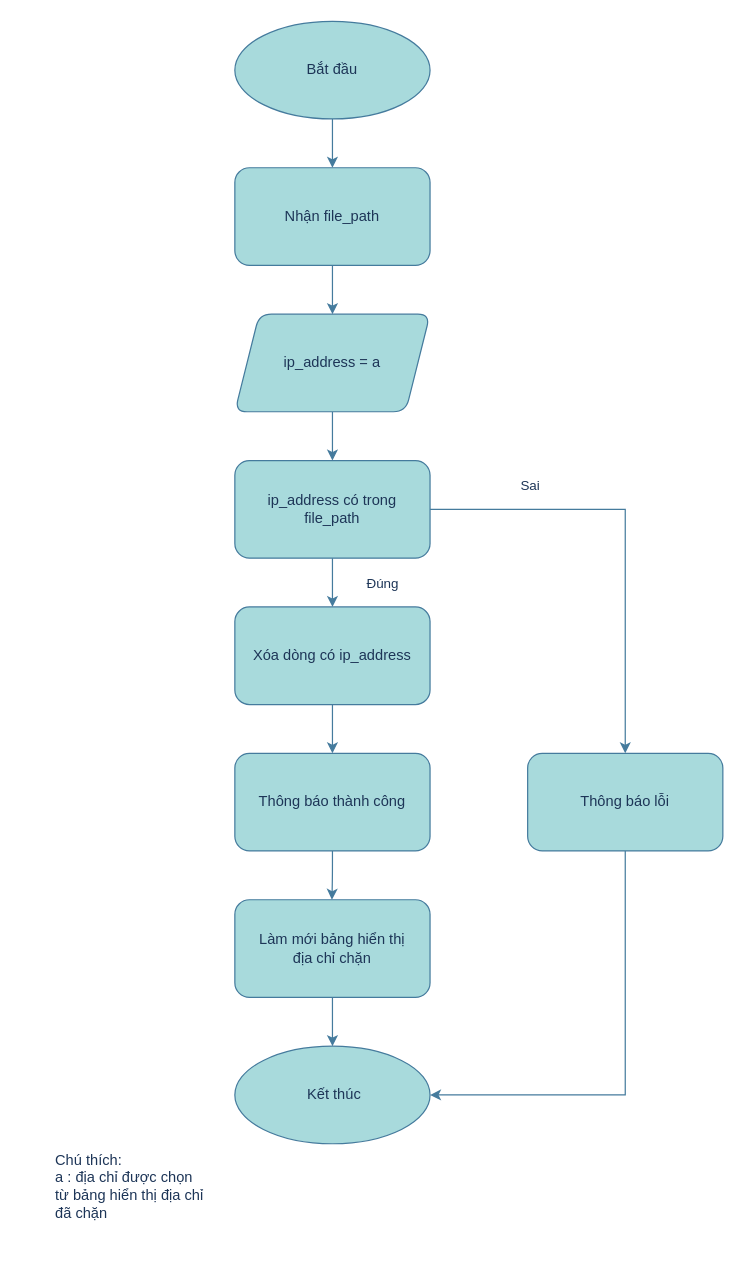
Earlier version of the draw.io diagram Mind Map/Unblock.drawio (PlaymakerVN/KHKT-2023-1). Source tidied: cells renumbered, new cells numbered last; positions are measured from the earlier drawing's top-left corner, leaving out a move shared by most shapes. Both pictures are drawn from the tidied source at 122%, with x=0, y=0 at pixel (39, 21).
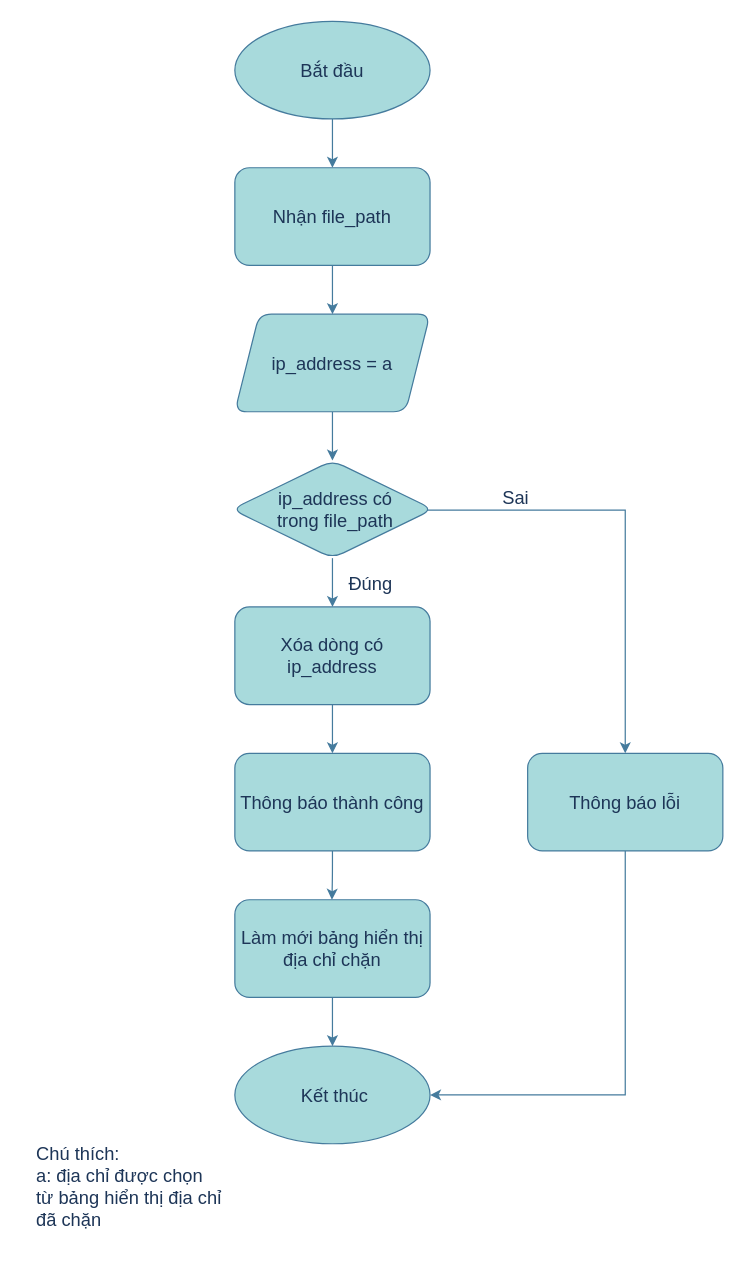
The same diagram, later.

Commit message:
Cập nhật Unblock.drawio

Change to the diagram source:
```diff
@@
-    <mxCell id="2" style="edgeStyle=orthogonalEdgeStyle;rounded=1;jettySize=auto;html=1;exitX=0.5;exitY=1;exitDx=0;exitDy=0;entryX=0.5;entryY=0;entryDx=0;entryDy=0;labelBackgroundColor=none;strokeColor=#457B9D;fontColor=default;" parent="1" edge="1" source="3" target="21">
+    <mxCell id="2" style="edgeStyle=orthogonalEdgeStyle;rounded=1;jettySize=auto;html=1;exitX=0.5;exitY=1;exitDx=0;exitDy=0;entryX=0.5;entryY=0;entryDx=0;entryDy=0;labelBackgroundColor=none;strokeColor=#457B9D;fontColor=default;fontSize=15;" parent="1" edge="1" source="3" target="21">
       <mxGeometry relative="1" as="geometry" />
     </mxCell>
-    <mxCell id="3" value="Bắt đầu" style="ellipse;whiteSpace=wrap;html=1;labelBackgroundColor=none;fillColor=#A8DADC;strokeColor=#457B9D;fontColor=#1D3557;rounded=1;" parent="1" vertex="1">
+    <mxCell id="3" value="Bắt đầu" style="ellipse;whiteSpace=wrap;html=1;labelBackgroundColor=none;fillColor=#A8DADC;strokeColor=#457B9D;fontColor=#1D3557;rounded=1;fontSize=15;" parent="1" vertex="1">
       <mxGeometry x="160" width="160" height="80" as="geometry" />
     </mxCell>
-    <mxCell id="4" style="edgeStyle=orthogonalEdgeStyle;rounded=1;jettySize=auto;html=1;exitX=0.5;exitY=1;exitDx=0;exitDy=0;entryX=0.5;entryY=0;entryDx=0;entryDy=0;labelBackgroundColor=none;strokeColor=#457B9D;fontColor=default;" parent="1" edge="1" source="5" target="12">
-      <mxGeometry relative="1" as="geometry" />
+    <mxCell id="4" style="edgeStyle=orthogonalEdgeStyle;rounded=1;jettySize=auto;html=1;exitX=0.5;exitY=1;exitDx=0;exitDy=0;entryX=0.5;entryY=0;entryDx=0;entryDy=0;labelBackgroundColor=none;strokeColor=#457B9D;fontColor=default;fontSize=15;" parent="1" edge="1" source="5">
+      <mxGeometry relative="1" as="geometry">
+        <mxPoint x="240" y="360" as="targetPoint" />
+      </mxGeometry>
     </mxCell>
-    <mxCell id="5" value="&lt;font style=&quot;font-size: 12px;&quot;&gt;ip_address = a&lt;br&gt;&lt;/font&gt;" style="shape=parallelogram;perimeter=parallelogramPerimeter;whiteSpace=wrap;html=1;fixedSize=1;labelBackgroundColor=none;fillColor=#A8DADC;strokeColor=#457B9D;fontColor=#1D3557;rounded=1;" parent="1" vertex="1">
+    <mxCell id="5" value="&lt;font style=&quot;font-size: 15px;&quot;&gt;ip_address = a&lt;br style=&quot;font-size: 15px;&quot;&gt;&lt;/font&gt;" style="shape=parallelogram;perimeter=parallelogramPerimeter;whiteSpace=wrap;html=1;fixedSize=1;labelBackgroundColor=none;fillColor=#A8DADC;strokeColor=#457B9D;fontColor=#1D3557;rounded=1;fontSize=15;" parent="1" vertex="1">
       <mxGeometry x="160" y="240" width="160" height="80" as="geometry" />
     </mxCell>
-    <mxCell id="6" style="edgeStyle=orthogonalEdgeStyle;rounded=0;jettySize=auto;html=1;exitX=0.5;exitY=1;exitDx=0;exitDy=0;entryX=0.5;entryY=0;entryDx=0;entryDy=0;labelBackgroundColor=none;strokeColor=#457B9D;fontColor=default;" parent="1" edge="1" source="7" target="14">
+    <mxCell id="6" style="edgeStyle=orthogonalEdgeStyle;rounded=0;jettySize=auto;html=1;exitX=0.5;exitY=1;exitDx=0;exitDy=0;entryX=0.5;entryY=0;entryDx=0;entryDy=0;labelBackgroundColor=none;strokeColor=#457B9D;fontColor=default;fontSize=15;" parent="1" edge="1" source="7" target="14">
       <mxGeometry relative="1" as="geometry" />
     </mxCell>
-    <mxCell id="7" value="Xóa dòng có ip_address" style="rounded=1;whiteSpace=wrap;html=1;labelBackgroundColor=none;fillColor=#A8DADC;strokeColor=#457B9D;fontColor=#1D3557;" parent="1" vertex="1">
+    <mxCell id="7" value="Xóa dòng có ip_address" style="rounded=1;whiteSpace=wrap;html=1;labelBackgroundColor=none;fillColor=#A8DADC;strokeColor=#457B9D;fontColor=#1D3557;fontSize=15;" parent="1" vertex="1">
       <mxGeometry x="160" y="480" width="160" height="80" as="geometry" />
     </mxCell>
-    <mxCell id="8" style="edgeStyle=orthogonalEdgeStyle;rounded=1;jettySize=auto;html=1;exitX=0.5;exitY=1;exitDx=0;exitDy=0;entryX=0.5;entryY=0;entryDx=0;entryDy=0;labelBackgroundColor=none;strokeColor=#457B9D;fontColor=default;" parent="1" edge="1" source="12">
+    <mxCell id="8" style="edgeStyle=orthogonalEdgeStyle;rounded=1;jettySize=auto;html=1;entryX=0.5;entryY=0;entryDx=0;entryDy=0;labelBackgroundColor=none;strokeColor=#457B9D;fontColor=default;fontSize=15;" parent="1" edge="1" source="12">
       <mxGeometry relative="1" as="geometry">
         <mxPoint x="240" y="480" as="targetPoint" />
       </mxGeometry>
     </mxCell>
-    <mxCell id="9" value="Đúng" style="edgeLabel;html=1;align=center;verticalAlign=middle;labelBackgroundColor=none;fontColor=#1D3557;rounded=1;" parent="8" vertex="1">
+    <mxCell id="9" value="Đúng" style="edgeLabel;html=1;align=center;verticalAlign=middle;labelBackgroundColor=none;fontColor=#1D3557;rounded=1;fontSize=15;" parent="8" vertex="1">
       <mxGeometry x="-0.2" y="1" relative="1" as="geometry">
-        <mxPoint x="39" y="4" as="offset" />
+        <mxPoint x="29" y="4" as="offset" />
       </mxGeometry>
     </mxCell>
-    <mxCell id="10" style="edgeStyle=orthogonalEdgeStyle;rounded=0;jettySize=auto;html=1;exitX=1;exitY=0.5;exitDx=0;exitDy=0;entryX=0.5;entryY=0;entryDx=0;entryDy=0;labelBackgroundColor=none;strokeColor=#457B9D;fontColor=default;" parent="1" edge="1" source="12" target="19">
+    <mxCell id="10" style="edgeStyle=orthogonalEdgeStyle;rounded=0;jettySize=auto;html=1;exitX=0.076;exitY=0.507;exitDx=0;exitDy=0;entryX=0.5;entryY=0;entryDx=0;entryDy=0;labelBackgroundColor=none;strokeColor=#457B9D;fontColor=default;exitPerimeter=0;fontSize=15;" parent="1" edge="1" source="12" target="19">
       <mxGeometry relative="1" as="geometry" />
     </mxCell>
-    <mxCell id="11" value="Sai" style="edgeLabel;html=1;align=center;verticalAlign=middle;fontColor=#1D3557;" parent="10" vertex="1">
-      <mxGeometry x="-0.56" y="1" relative="1" as="geometry">
-        <mxPoint x="2" y="-19" as="offset" />
+    <mxCell id="11" value="Sai" style="edgeLabel;html=1;align=center;verticalAlign=middle;fontColor=#1D3557;fontSize=15;labelBackgroundColor=none;" parent="10" vertex="1">
+      <mxGeometry x="-0.14" y="1" relative="1" as="geometry">
+        <mxPoint y="-10" as="offset" />
       </mxGeometry>
     </mxCell>
-    <mxCell id="12" value="&amp;nbsp;ip_address có trong&amp;nbsp;&lt;br&gt;file_path" style="rounded=1;whiteSpace=wrap;html=1;labelBackgroundColor=none;fillColor=#A8DADC;strokeColor=#457B9D;fontColor=#1D3557;" parent="1" vertex="1">
-      <mxGeometry x="160" y="360" width="160" height="80" as="geometry" />
-    </mxCell>
-    <mxCell id="13" style="edgeStyle=orthogonalEdgeStyle;rounded=1;jettySize=auto;html=1;exitX=0.5;exitY=1;exitDx=0;exitDy=0;labelBackgroundColor=none;strokeColor=#457B9D;fontColor=default;" parent="1" edge="1" source="14">
+    <mxCell id="13" style="edgeStyle=orthogonalEdgeStyle;rounded=1;jettySize=auto;html=1;exitX=0.5;exitY=1;exitDx=0;exitDy=0;labelBackgroundColor=none;strokeColor=#457B9D;fontColor=default;fontSize=15;" parent="1" edge="1" source="14">
       <mxGeometry relative="1" as="geometry">
         <mxPoint x="239.6" y="720" as="targetPoint" />
       </mxGeometry>
     </mxCell>
-    <mxCell id="14" value="Thông báo thành công" style="rounded=1;whiteSpace=wrap;html=1;labelBackgroundColor=none;fillColor=#A8DADC;strokeColor=#457B9D;fontColor=#1D3557;" parent="1" vertex="1">
+    <mxCell id="14" value="Thông báo thành công" style="rounded=1;whiteSpace=wrap;html=1;labelBackgroundColor=none;fillColor=#A8DADC;strokeColor=#457B9D;fontColor=#1D3557;fontSize=15;" parent="1" vertex="1">
       <mxGeometry x="160" y="600" width="160" height="80" as="geometry" />
     </mxCell>
-    <mxCell id="15" style="edgeStyle=orthogonalEdgeStyle;rounded=1;jettySize=auto;html=1;exitX=0.5;exitY=1;exitDx=0;exitDy=0;entryX=0.5;entryY=0;entryDx=0;entryDy=0;labelBackgroundColor=none;strokeColor=#457B9D;fontColor=default;" parent="1" edge="1" source="16" target="17">
+    <mxCell id="15" style="edgeStyle=orthogonalEdgeStyle;rounded=1;jettySize=auto;html=1;exitX=0.5;exitY=1;exitDx=0;exitDy=0;entryX=0.5;entryY=0;entryDx=0;entryDy=0;labelBackgroundColor=none;strokeColor=#457B9D;fontColor=default;fontSize=15;" parent="1" edge="1" source="16" target="17">
       <mxGeometry relative="1" as="geometry" />
     </mxCell>
-    <mxCell id="16" value="Làm mới bảng hiển thị &lt;br&gt;địa chỉ chặn" style="rounded=1;whiteSpace=wrap;html=1;labelBackgroundColor=none;fillColor=#A8DADC;strokeColor=#457B9D;fontColor=#1D3557;" parent="1" vertex="1">
+    <mxCell id="16" value="Làm mới bảng hiển thị &lt;br style=&quot;font-size: 15px;&quot;&gt;địa chỉ chặn" style="rounded=1;whiteSpace=wrap;html=1;labelBackgroundColor=none;fillColor=#A8DADC;strokeColor=#457B9D;fontColor=#1D3557;fontSize=15;" parent="1" vertex="1">
       <mxGeometry x="160" y="720" width="160" height="80" as="geometry" />
     </mxCell>
-    <mxCell id="17" value="&amp;nbsp;Kết thúc" style="ellipse;whiteSpace=wrap;html=1;labelBackgroundColor=none;fillColor=#A8DADC;strokeColor=#457B9D;fontColor=#1D3557;rounded=1;" parent="1" vertex="1">
+    <mxCell id="17" value="&amp;nbsp;Kết thúc" style="ellipse;whiteSpace=wrap;html=1;labelBackgroundColor=none;fillColor=#A8DADC;strokeColor=#457B9D;fontColor=#1D3557;rounded=1;fontSize=15;" parent="1" vertex="1">
       <mxGeometry x="160" y="840" width="160" height="80" as="geometry" />
     </mxCell>
-    <mxCell id="18" style="edgeStyle=orthogonalEdgeStyle;rounded=0;jettySize=auto;html=1;exitX=0.5;exitY=1;exitDx=0;exitDy=0;entryX=1;entryY=0.5;entryDx=0;entryDy=0;labelBackgroundColor=none;strokeColor=#457B9D;fontColor=default;" parent="1" edge="1" source="19" target="17">
+    <mxCell id="18" style="edgeStyle=orthogonalEdgeStyle;rounded=0;jettySize=auto;html=1;exitX=0.5;exitY=1;exitDx=0;exitDy=0;entryX=1;entryY=0.5;entryDx=0;entryDy=0;labelBackgroundColor=none;strokeColor=#457B9D;fontColor=default;fontSize=15;" parent="1" edge="1" source="19" target="17">
       <mxGeometry relative="1" as="geometry" />
     </mxCell>
-    <mxCell id="19" value="Thông báo lỗi" style="rounded=1;whiteSpace=wrap;html=1;labelBackgroundColor=none;fillColor=#A8DADC;strokeColor=#457B9D;fontColor=#1D3557;" parent="1" vertex="1">
+    <mxCell id="19" value="Thông báo lỗi" style="rounded=1;whiteSpace=wrap;html=1;labelBackgroundColor=none;fillColor=#A8DADC;strokeColor=#457B9D;fontColor=#1D3557;fontSize=15;" parent="1" vertex="1">
       <mxGeometry x="400" y="600" width="160" height="80" as="geometry" />
     </mxCell>
-    <mxCell id="20" style="edgeStyle=orthogonalEdgeStyle;rounded=1;jettySize=auto;html=1;exitX=0.5;exitY=1;exitDx=0;exitDy=0;strokeColor=#457B9D;fontColor=default;fillColor=#A8DADC;labelBackgroundColor=none;" parent="1" edge="1" source="21" target="5">
+    <mxCell id="20" style="edgeStyle=orthogonalEdgeStyle;rounded=1;jettySize=auto;html=1;exitX=0.5;exitY=1;exitDx=0;exitDy=0;strokeColor=#457B9D;fontColor=default;fillColor=#A8DADC;labelBackgroundColor=none;fontSize=15;" parent="1" edge="1" source="21" target="5">
       <mxGeometry relative="1" as="geometry" />
     </mxCell>
-    <mxCell id="21" value="Nhận file_path" style="rounded=1;whiteSpace=wrap;html=1;labelBackgroundColor=none;fillColor=#A8DADC;strokeColor=#457B9D;fontColor=#1D3557;" parent="1" vertex="1">
+    <mxCell id="21" value="Nhận file_path" style="rounded=1;whiteSpace=wrap;html=1;labelBackgroundColor=none;fillColor=#A8DADC;strokeColor=#457B9D;fontColor=#1D3557;fontSize=15;" parent="1" vertex="1">
       <mxGeometry x="160" y="120" width="160" height="80" as="geometry" />
     </mxCell>
-    <mxCell id="22" value="&lt;div style=&quot;text-align: left;&quot;&gt;&lt;span style=&quot;background-color: initial; color: rgb(29, 53, 87); --darkreader-inline-bgcolor: initial; --darkreader-inline-color: #a5c4e1;&quot;&gt;Chú thích:&lt;/span&gt;&lt;/div&gt;&lt;div style=&quot;text-align: left;&quot;&gt;&lt;span style=&quot;background-color: initial; color: rgb(29, 53, 87); --darkreader-inline-bgcolor: initial; --darkreader-inline-color: #a5c4e1;&quot;&gt;a : địa chỉ được chọn&lt;/span&gt;&lt;/div&gt;&lt;span style=&quot;&quot;&gt;&lt;div style=&quot;text-align: left;&quot;&gt;&lt;span style=&quot;background-color: initial; color: rgb(29, 53, 87); --darkreader-inline-bgcolor: initial; --darkreader-inline-color: #a5c4e1;&quot;&gt;từ bảng hiển thị địa chỉ&amp;nbsp;&lt;/span&gt;&lt;/div&gt;&lt;/span&gt;&lt;span style=&quot;&quot;&gt;&lt;div style=&quot;text-align: left;&quot;&gt;&lt;span style=&quot;background-color: initial; color: rgb(29, 53, 87); --darkreader-inline-bgcolor: initial; --darkreader-inline-color: #a5c4e1;&quot;&gt;đã chặn&lt;/span&gt;&lt;/div&gt;&lt;/span&gt;" style="text;html=1;align=center;verticalAlign=middle;strokeColor=none;fillColor=none;fontColor=#1D3557;" parent="1" vertex="1">
-      <mxGeometry y="920" width="150" height="70" as="geometry" />
+    <mxCell id="22" value="&lt;div style=&quot;text-align: left; font-size: 15px;&quot;&gt;&lt;span style=&quot;background-color: initial; color: rgb(29, 53, 87); --darkreader-inline-bgcolor: initial; --darkreader-inline-color: #a5c4e1; font-size: 15px;&quot;&gt;Chú thích:&lt;/span&gt;&lt;/div&gt;&lt;div style=&quot;text-align: left; font-size: 15px;&quot;&gt;&lt;span style=&quot;background-color: initial; color: rgb(29, 53, 87); --darkreader-inline-bgcolor: initial; --darkreader-inline-color: #a5c4e1; font-size: 15px;&quot;&gt;a&lt;/span&gt;&lt;span style=&quot;background-color: initial; color: rgb(29, 53, 87); --darkreader-inline-bgcolor: initial; --darkreader-inline-color: #a5c4e1; font-size: 15px;&quot;&gt;: địa chỉ được chọn&lt;/span&gt;&lt;/div&gt;&lt;span style=&quot;font-size: 15px;&quot;&gt;&lt;div style=&quot;text-align: left; font-size: 15px;&quot;&gt;&lt;span style=&quot;background-color: initial; color: rgb(29, 53, 87); --darkreader-inline-bgcolor: initial; --darkreader-inline-color: #a5c4e1; font-size: 15px;&quot;&gt;từ bảng hiển thị địa chỉ&amp;nbsp;&lt;/span&gt;&lt;/div&gt;&lt;/span&gt;&lt;span style=&quot;font-size: 15px;&quot;&gt;&lt;div style=&quot;text-align: left; font-size: 15px;&quot;&gt;&lt;span style=&quot;background-color: initial; color: rgb(29, 53, 87); --darkreader-inline-bgcolor: initial; --darkreader-inline-color: #a5c4e1; font-size: 15px;&quot;&gt;đã chặn&lt;/span&gt;&lt;/div&gt;&lt;/span&gt;" style="text;html=1;align=center;verticalAlign=middle;strokeColor=none;fillColor=none;fontColor=#1D3557;fontSize=15;labelBackgroundColor=none;" parent="1" vertex="1">
+      <mxGeometry x="-15" y="910" width="180" height="90" as="geometry" />
     </mxCell>
+    <mxCell id="12" value="&lt;font style=&quot;font-size: 15px;&quot;&gt;&amp;nbsp;ip_address có&lt;br style=&quot;font-size: 15px;&quot;&gt;&amp;nbsp;trong&amp;nbsp;file_path&lt;/font&gt;" style="rhombus;whiteSpace=wrap;html=1;labelBackgroundColor=none;fillColor=#A8DADC;strokeColor=#457B9D;fontColor=#1D3557;rounded=1;fontSize=15;" parent="1" vertex="1">
+      <mxGeometry x="157.5" y="360" width="165" height="80" as="geometry" />
+    </mxCell>
```
